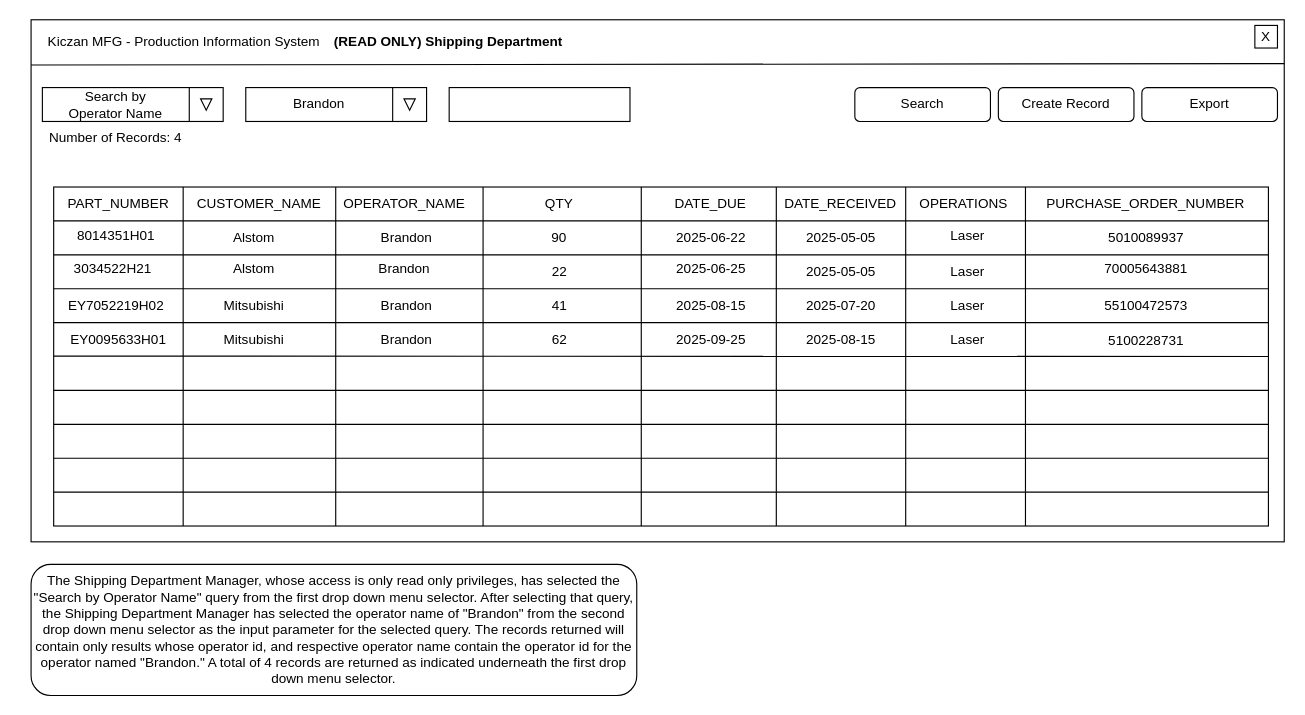
Earlier version of the draw.io diagram Main User Interface Wireframe Search By Operator (READONLY).drawio (JrST90/Team2CapstoneProject). Source tidied: cells renumbered, new cells numbered last; positions are measured from the earlier drawing's top-left corner, leaving out a move shared by most shapes. Both pictures are drawn from the tidied source at 113%, with x=0, y=0 at pixel (19, 19).
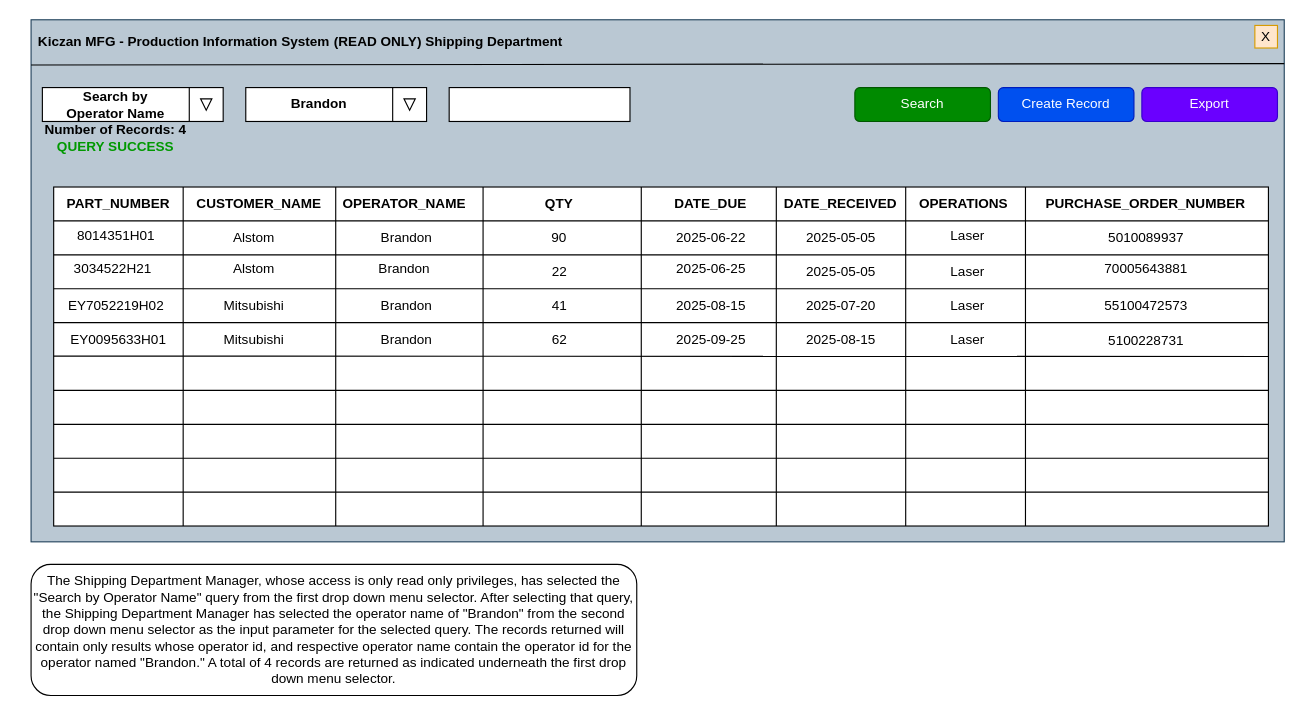
The same diagram, later.

Diff of the diagram source:
```diff
@@
-    <mxCell id="2" style="rounded=0;whiteSpace=wrap;html=1;" parent="1" vertex="1">
+    <mxCell id="2" style="rounded=0;whiteSpace=wrap;html=1;fillColor=#bac8d3;strokeColor=#23445d;" parent="1" vertex="1">
       <mxGeometry x="10" width="1109" height="462" as="geometry" />
     </mxCell>
@@
-    <mxCell id="4" value="X" style="whiteSpace=wrap;html=1;" parent="1" vertex="1">
+    <mxCell id="4" value="X" style="whiteSpace=wrap;html=1;fillColor=#ffe6cc;strokeColor=#d79b00;" parent="1" vertex="1">
       <mxGeometry x="1093" y="5" width="20" height="20" as="geometry" />
     </mxCell>
-    <mxCell id="5" value="Kiczan MFG - Production Information System" style="text;html=1;whiteSpace=wrap;strokeColor=none;fillColor=none;align=center;verticalAlign=middle;rounded=0;" parent="1" vertex="1">
+    <mxCell id="5" value="&lt;b&gt;Kiczan MFG - Production Information System&lt;/b&gt;" style="text;html=1;whiteSpace=wrap;strokeColor=none;fillColor=none;align=center;verticalAlign=middle;rounded=0;" parent="1" vertex="1">
       <mxGeometry x="10" y="5" width="271" height="30" as="geometry" />
     </mxCell>
@@
-    <mxCell id="9" value="Search" style="rounded=1;whiteSpace=wrap;html=1;" parent="1" vertex="1">
+    <mxCell id="9" value="Search" style="rounded=1;whiteSpace=wrap;html=1;fillColor=#008a00;fontColor=#ffffff;strokeColor=#005700;" parent="1" vertex="1">
       <mxGeometry x="739" y="60" width="120" height="30" as="geometry" />
     </mxCell>
-    <mxCell id="10" value="Search by Operator Name" style="text;html=1;whiteSpace=wrap;strokeColor=none;fillColor=none;align=center;verticalAlign=middle;rounded=0;" parent="1" vertex="1">
+    <mxCell id="10" value="&lt;b&gt;Search by Operator Name&lt;/b&gt;" style="text;html=1;whiteSpace=wrap;strokeColor=none;fillColor=none;align=center;verticalAlign=middle;rounded=0;" parent="1" vertex="1">
       <mxGeometry x="40" y="60" width="90" height="30" as="geometry" />
     </mxCell>
@@
-    <mxCell id="14" value="Brandon" style="text;html=1;whiteSpace=wrap;strokeColor=none;fillColor=none;align=center;verticalAlign=middle;rounded=0;" parent="1" vertex="1">
+    <mxCell id="14" value="&lt;b&gt;Brandon&lt;/b&gt;" style="text;html=1;whiteSpace=wrap;strokeColor=none;fillColor=none;align=center;verticalAlign=middle;rounded=0;" parent="1" vertex="1">
       <mxGeometry x="190" y="60" width="150" height="30" as="geometry" />
     </mxCell>
@@
-    <mxCell id="30" value="Number of Records: 4" style="text;html=1;whiteSpace=wrap;strokeColor=none;fillColor=none;align=center;verticalAlign=middle;rounded=0;" parent="1" vertex="1">
+    <mxCell id="30" value="&lt;b&gt;Number of Records: 4 &lt;font style=&quot;color: rgb(0, 153, 0);&quot;&gt;QUERY SUCCESS&lt;/font&gt;&lt;/b&gt;" style="text;html=1;whiteSpace=wrap;strokeColor=none;fillColor=none;align=center;verticalAlign=middle;rounded=0;" parent="1" vertex="1">
       <mxGeometry y="90" width="170" height="30" as="geometry" />
     </mxCell>
-    <mxCell id="31" value="Create Record" style="rounded=1;whiteSpace=wrap;html=1;" parent="1" vertex="1">
+    <mxCell id="31" value="Create Record" style="rounded=1;whiteSpace=wrap;html=1;fillColor=#0050ef;fontColor=#ffffff;strokeColor=#001DBC;" parent="1" vertex="1">
       <mxGeometry x="866" y="60" width="120" height="30" as="geometry" />
     </mxCell>
-    <mxCell id="32" value="PART_NUMBER" style="text;html=1;whiteSpace=wrap;strokeColor=none;fillColor=none;align=center;verticalAlign=middle;rounded=0;" parent="1" vertex="1">
+    <mxCell id="32" value="&lt;b&gt;PART_NUMBER&lt;/b&gt;" style="text;html=1;whiteSpace=wrap;strokeColor=none;fillColor=none;align=center;verticalAlign=middle;rounded=0;" parent="1" vertex="1">
       <mxGeometry x="36" y="148" width="103" height="30" as="geometry" />
     </mxCell>
-    <mxCell id="33" value="CUSTOMER_NAME" style="text;html=1;whiteSpace=wrap;strokeColor=none;fillColor=none;align=center;verticalAlign=middle;rounded=0;" parent="1" vertex="1">
+    <mxCell id="33" value="&lt;b&gt;CUSTOMER_NAME&lt;/b&gt;" style="text;html=1;whiteSpace=wrap;strokeColor=none;fillColor=none;align=center;verticalAlign=middle;rounded=0;" parent="1" vertex="1">
       <mxGeometry x="150" y="148" width="124" height="30" as="geometry" />
     </mxCell>
-    <mxCell id="34" value="OPERATOR_NAME" style="text;html=1;whiteSpace=wrap;strokeColor=none;fillColor=none;align=center;verticalAlign=middle;rounded=0;" parent="1" vertex="1">
+    <mxCell id="34" value="&lt;b&gt;OPERATOR_NAME&lt;/b&gt;" style="text;html=1;whiteSpace=wrap;strokeColor=none;fillColor=none;align=center;verticalAlign=middle;rounded=0;" parent="1" vertex="1">
       <mxGeometry x="285" y="148" width="111" height="30" as="geometry" />
     </mxCell>
-    <mxCell id="35" value="QTY" style="text;html=1;whiteSpace=wrap;strokeColor=none;fillColor=none;align=center;verticalAlign=middle;rounded=0;" parent="1" vertex="1">
+    <mxCell id="35" value="&lt;b&gt;QTY&lt;/b&gt;" style="text;html=1;whiteSpace=wrap;strokeColor=none;fillColor=none;align=center;verticalAlign=middle;rounded=0;" parent="1" vertex="1">
       <mxGeometry x="426" y="148" width="103" height="30" as="geometry" />
     </mxCell>
-    <mxCell id="36" value="DATE_DUE" style="text;html=1;whiteSpace=wrap;strokeColor=none;fillColor=none;align=center;verticalAlign=middle;rounded=0;" parent="1" vertex="1">
+    <mxCell id="36" value="&lt;b&gt;DATE_DUE&lt;/b&gt;" style="text;html=1;whiteSpace=wrap;strokeColor=none;fillColor=none;align=center;verticalAlign=middle;rounded=0;" parent="1" vertex="1">
       <mxGeometry x="560" y="148" width="103" height="30" as="geometry" />
     </mxCell>
-    <mxCell id="37" value="DATE_RECEIVED" style="text;html=1;whiteSpace=wrap;strokeColor=none;fillColor=none;align=center;verticalAlign=middle;rounded=0;" parent="1" vertex="1">
+    <mxCell id="37" value="&lt;b&gt;DATE_RECEIVED&lt;/b&gt;" style="text;html=1;whiteSpace=wrap;strokeColor=none;fillColor=none;align=center;verticalAlign=middle;rounded=0;" parent="1" vertex="1">
       <mxGeometry x="675" y="148" width="103" height="30" as="geometry" />
     </mxCell>
-    <mxCell id="38" value="OPERATIONS" style="text;html=1;whiteSpace=wrap;strokeColor=none;fillColor=none;align=center;verticalAlign=middle;rounded=0;" parent="1" vertex="1">
+    <mxCell id="38" value="&lt;b&gt;OPERATIONS&lt;/b&gt;" style="text;html=1;whiteSpace=wrap;strokeColor=none;fillColor=none;align=center;verticalAlign=middle;rounded=0;" parent="1" vertex="1">
       <mxGeometry x="784" y="148" width="103" height="30" as="geometry" />
     </mxCell>
-    <mxCell id="39" value="PURCHASE_ORDER_NUMBER" style="text;html=1;whiteSpace=wrap;strokeColor=none;fillColor=none;align=center;verticalAlign=middle;rounded=0;" parent="1" vertex="1">
+    <mxCell id="39" value="&lt;b&gt;PURCHASE_ORDER_NUMBER&lt;/b&gt;" style="text;html=1;whiteSpace=wrap;strokeColor=none;fillColor=none;align=center;verticalAlign=middle;rounded=0;" parent="1" vertex="1">
       <mxGeometry x="897" y="148" width="199" height="30" as="geometry" />
     </mxCell>
@@
-    <mxCell id="43" value="Export" style="rounded=1;whiteSpace=wrap;html=1;" parent="1" vertex="1">
+    <mxCell id="43" value="Export" style="rounded=1;whiteSpace=wrap;html=1;fillColor=#6a00ff;fontColor=#ffffff;strokeColor=#3700CC;" parent="1" vertex="1">
       <mxGeometry x="993" y="60" width="120" height="30" as="geometry" />
     </mxCell>
```
